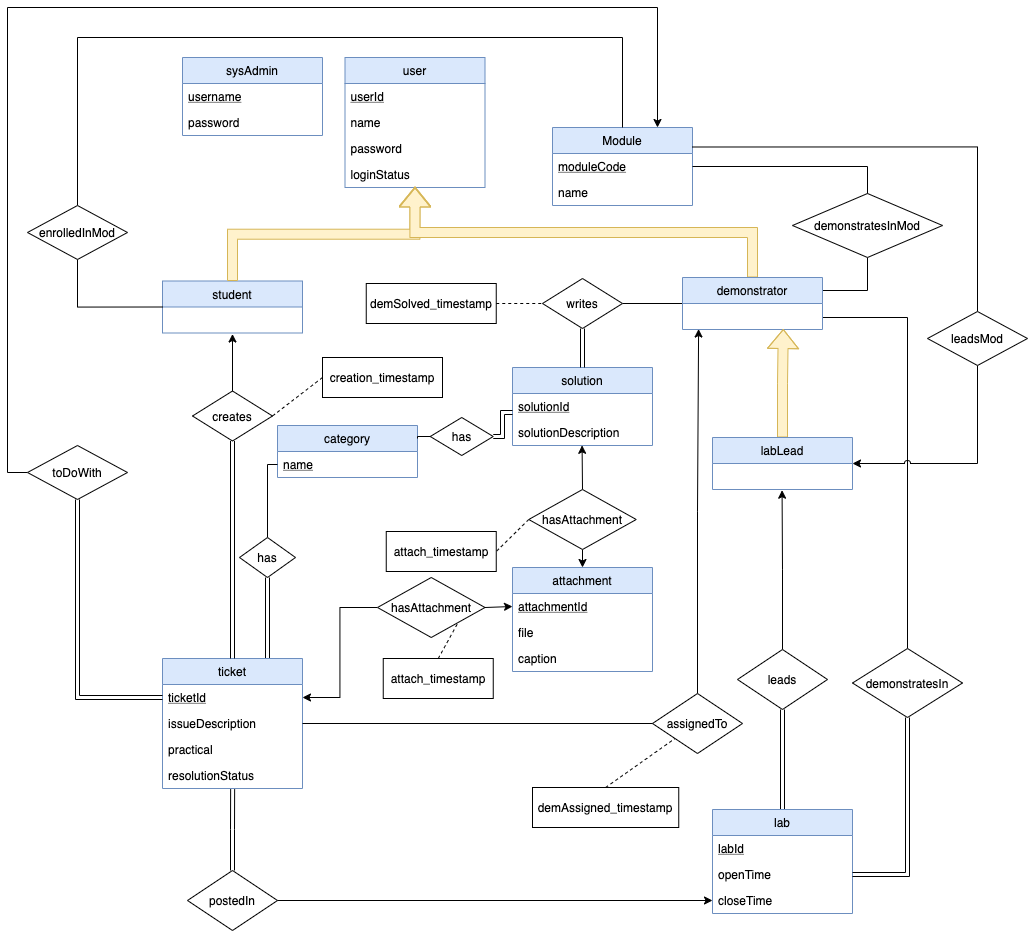
Above: 7design/images/ER.png in mrjackmclean/managingLabsWriteUp (draw.io), before the change. Source tidied: cells renumbered, new cells last; positions are measured from the earlier drawing's top-left corner, leaving out a move shared by most shapes.
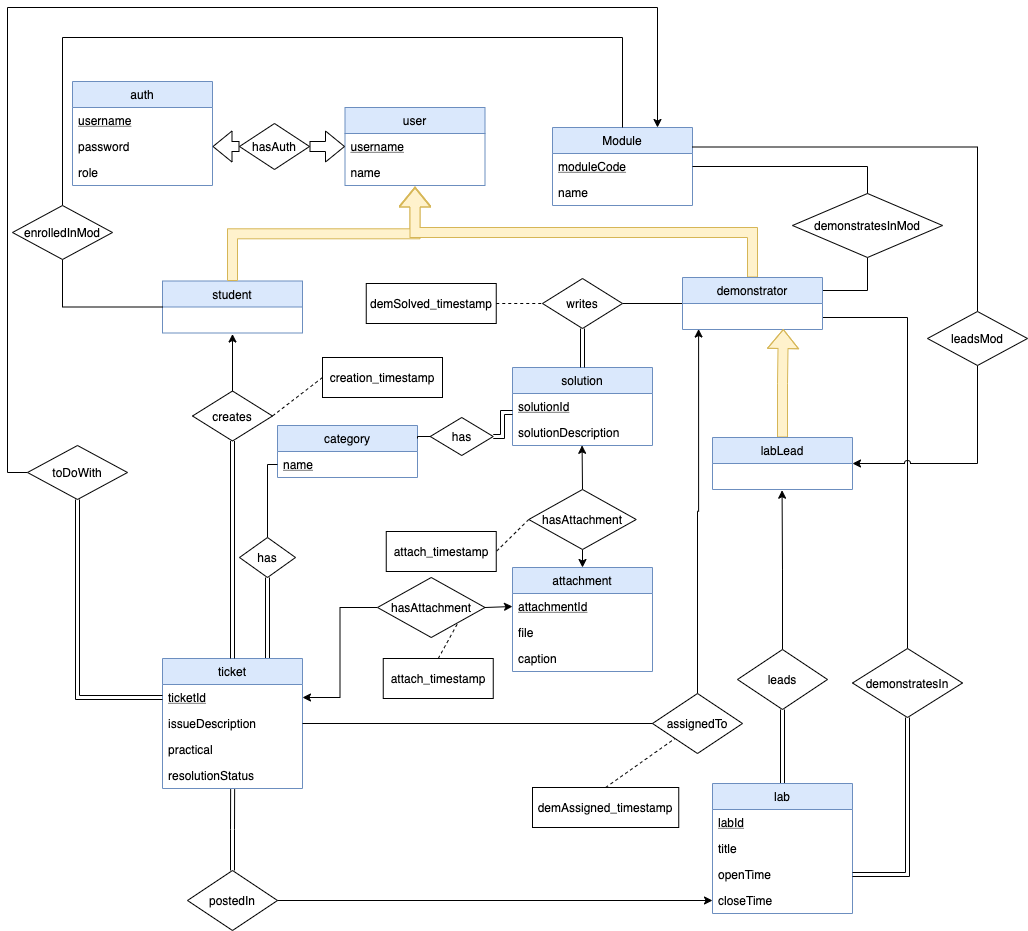
Above is the later version.

What changed in the source:
```diff
@@ -6,25 +6,23 @@
       <mxGeometry x="155" y="273.5" width="140" height="52" as="geometry" />
     </mxCell>
     <mxCell id="3" value="user" style="swimlane;fontStyle=0;horizontal=1;startSize=26;fillColor=#dae8fc;strokeColor=#6c8ebf;" parent="1" vertex="1">
-      <mxGeometry x="337.5" y="50" width="140" height="130" as="geometry" />
+      <mxGeometry x="337.5" y="100" width="140" height="78" as="geometry" />
     </mxCell>
-    <mxCell id="4" value="userId" style="text;strokeColor=none;fillColor=none;align=left;verticalAlign=top;spacingLeft=4;spacingRight=4;overflow=hidden;points=[[0,0.5],[1,0.5]];portConstraint=eastwest;fontStyle=4;" parent="3" vertex="1">
+    <mxCell id="4" value="username" style="text;strokeColor=none;fillColor=none;align=left;verticalAlign=top;spacingLeft=4;spacingRight=4;overflow=hidden;points=[[0,0.5],[1,0.5]];portConstraint=eastwest;fontStyle=4;" parent="3" vertex="1">
       <mxGeometry y="26" width="140" height="26" as="geometry" />
     </mxCell>
     <mxCell id="5" value="name" style="text;strokeColor=none;fillColor=none;align=left;verticalAlign=top;spacingLeft=4;spacingRight=4;overflow=hidden;" parent="3" vertex="1">
       <mxGeometry y="52" width="140" height="26" as="geometry" />
     </mxCell>
-    <mxCell id="6" value="password" style="text;strokeColor=none;fillColor=none;align=left;verticalAlign=top;spacingLeft=4;spacingRight=4;overflow=hidden;" parent="3" vertex="1">
-      <mxGeometry y="78" width="140" height="26" as="geometry" />
-    </mxCell>
-    <mxCell id="7" value="loginStatus" style="text;strokeColor=none;fillColor=none;align=left;verticalAlign=top;spacingLeft=4;spacingRight=4;overflow=hidden;points=[[0,0.5],[1,0.5]];portConstraint=eastwest;" parent="3" vertex="1">
-      <mxGeometry y="104" width="140" height="26" as="geometry" />
-    </mxCell>
-    <mxCell id="8" style="edgeStyle=orthogonalEdgeStyle;rounded=0;jettySize=auto;html=1;exitX=0.5;exitY=0;exitDx=0;exitDy=0;entryX=0.5;entryY=0.962;entryDx=0;entryDy=0;entryPerimeter=0;shape=flexArrow;fillColor=#fff2cc;strokeColor=#d6b656;" parent="1" edge="1" source="2" target="7">
-      <mxGeometry relative="1" as="geometry" />
+    <mxCell id="8" style="edgeStyle=orthogonalEdgeStyle;rounded=0;jettySize=auto;html=1;exitX=0.5;exitY=0;exitDx=0;exitDy=0;entryX=0.5;entryY=0.962;entryDx=0;entryDy=0;entryPerimeter=0;shape=flexArrow;fillColor=#fff2cc;strokeColor=#d6b656;" parent="1" edge="1" source="2">
+      <mxGeometry relative="1" as="geometry">
+        <mxPoint x="407.5" y="179" as="targetPoint" />
+      </mxGeometry>
     </mxCell>
-    <mxCell id="9" style="edgeStyle=orthogonalEdgeStyle;rounded=0;jettySize=auto;html=1;exitX=0.5;exitY=0;exitDx=0;exitDy=0;entryX=0.5;entryY=1;entryDx=0;entryDy=0;entryPerimeter=0;shape=flexArrow;fillColor=#fff2cc;strokeColor=#d6b656;" parent="1" edge="1" source="13" target="7">
-      <mxGeometry relative="1" as="geometry" />
+    <mxCell id="9" style="edgeStyle=orthogonalEdgeStyle;rounded=0;jettySize=auto;html=1;exitX=0.5;exitY=0;exitDx=0;exitDy=0;entryX=0.5;entryY=1;entryDx=0;entryDy=0;entryPerimeter=0;shape=flexArrow;fillColor=#fff2cc;strokeColor=#d6b656;" parent="1" edge="1" source="13">
+      <mxGeometry relative="1" as="geometry">
+        <mxPoint x="407.5" y="180" as="targetPoint" />
+      </mxGeometry>
     </mxCell>
     <mxCell id="10" style="edgeStyle=orthogonalEdgeStyle;rounded=0;jettySize=auto;html=1;exitX=0;exitY=0.5;exitDx=0;exitDy=0;entryX=1;entryY=0.5;entryDx=0;entryDy=0;endArrow=none;endFill=0;" parent="1" edge="1" source="13" target="52">
       <mxGeometry relative="1" as="geometry" />
@@ -51,15 +49,6 @@
     <mxCell id="16" value="labLead" style="swimlane;fontStyle=0;horizontal=1;startSize=26;fillColor=#dae8fc;strokeColor=#6c8ebf;" parent="1" vertex="1">
       <mxGeometry x="705" y="430" width="140" height="52" as="geometry" />
     </mxCell>
-    <mxCell id="17" value="sysAdmin" style="swimlane;fontStyle=0;horizontal=1;startSize=26;fillColor=#dae8fc;strokeColor=#6c8ebf;" parent="1" vertex="1">
-      <mxGeometry x="175" y="50" width="140" height="78" as="geometry" />
-    </mxCell>
-    <mxCell id="18" value="username" style="text;strokeColor=none;fillColor=none;align=left;verticalAlign=top;spacingLeft=4;spacingRight=4;overflow=hidden;fontStyle=4;" parent="17" vertex="1">
-      <mxGeometry y="26" width="140" height="26" as="geometry" />
-    </mxCell>
-    <mxCell id="19" value="password" style="text;strokeColor=none;fillColor=none;align=left;verticalAlign=top;spacingLeft=4;spacingRight=4;overflow=hidden;points=[[0,0.5],[1,0.5]];portConstraint=eastwest;" parent="17" vertex="1">
-      <mxGeometry y="52" width="140" height="26" as="geometry" />
-    </mxCell>
     <mxCell id="20" style="edgeStyle=orthogonalEdgeStyle;rounded=0;jettySize=auto;html=1;exitX=0.75;exitY=0;exitDx=0;exitDy=0;entryX=0.5;entryY=1;entryDx=0;entryDy=0;endArrow=none;endFill=0;shape=link;" parent="1" edge="1" source="21" target="70">
       <mxGeometry relative="1" as="geometry" />
     </mxCell>
@@ -94,16 +83,19 @@
       <mxGeometry relative="1" as="geometry" />
     </mxCell>
     <mxCell id="31" value="lab" style="swimlane;fontStyle=0;horizontal=1;startSize=26;fillColor=#dae8fc;strokeColor=#6c8ebf;" parent="1" vertex="1">
-      <mxGeometry x="705" y="802" width="140" height="104" as="geometry" />
+      <mxGeometry x="705" y="776" width="140" height="130" as="geometry" />
     </mxCell>
     <mxCell id="32" value="labId" style="text;strokeColor=none;fillColor=none;align=left;verticalAlign=top;spacingLeft=4;spacingRight=4;overflow=hidden;fontStyle=4;" parent="31" vertex="1">
       <mxGeometry y="26" width="140" height="26" as="geometry" />
     </mxCell>
+    <mxCell id="89" value="title" style="text;strokeColor=none;fillColor=none;align=left;verticalAlign=top;spacingLeft=4;spacingRight=4;overflow=hidden;" parent="31" vertex="1">
+      <mxGeometry y="52" width="140" height="26" as="geometry" />
+    </mxCell>
     <mxCell id="33" value="openTime" style="text;strokeColor=none;fillColor=none;align=left;verticalAlign=top;spacingLeft=4;spacingRight=4;overflow=hidden;points=[[0,0.5],[1,0.5]];portConstraint=eastwest;" parent="31" vertex="1">
-      <mxGeometry y="52" width="140" height="26" as="geometry" />
+      <mxGeometry y="78" width="140" height="26" as="geometry" />
     </mxCell>
     <mxCell id="34" value="closeTime" style="text;strokeColor=none;fillColor=none;align=left;verticalAlign=top;spacingLeft=4;spacingRight=4;overflow=hidden;points=[[0,0.5],[1,0.5]];portConstraint=eastwest;" parent="31" vertex="1">
-      <mxGeometry y="78" width="140" height="26" as="geometry" />
+      <mxGeometry y="104" width="140" height="26" as="geometry" />
     </mxCell>
     <mxCell id="35" value="solution" style="swimlane;fontStyle=0;horizontal=1;startSize=26;fillColor=#dae8fc;strokeColor=#6c8ebf;" parent="1" vertex="1">
       <mxGeometry x="505" y="360" width="140" height="78" as="geometry" />
@@ -265,7 +257,7 @@
     <mxCell id="80" style="edgeStyle=orthogonalEdgeStyle;rounded=0;jumpStyle=arc;jettySize=auto;html=1;exitX=0.5;exitY=0;exitDx=0;exitDy=0;entryX=0.5;entryY=0;entryDx=0;entryDy=0;startArrow=none;startFill=0;endArrow=none;endFill=0;" parent="1" edge="1" source="82" target="77">
       <mxGeometry relative="1" as="geometry">
         <Array as="points">
-          <mxPoint x="70" y="30" />
+          <mxPoint x="55" y="30" />
           <mxPoint x="615" y="30" />
         </Array>
       </mxGeometry>
@@ -274,7 +266,7 @@
       <mxGeometry relative="1" as="geometry" />
     </mxCell>
     <mxCell id="82" value="enrolledInMod" style="rhombus;whiteSpace=wrap;html=1;" parent="1" vertex="1">
-      <mxGeometry x="20" y="198" width="100" height="54" as="geometry" />
+      <mxGeometry x="5" y="198" width="100" height="54" as="geometry" />
     </mxCell>
     <mxCell id="83" value="demonstratesInMod" style="rhombus;whiteSpace=wrap;html=1;" parent="1" vertex="1">
       <mxGeometry x="785" y="186" width="150" height="64" as="geometry" />
@@ -294,5 +286,26 @@
     <mxCell id="88" value="toDoWith" style="rhombus;whiteSpace=wrap;html=1;" parent="1" vertex="1">
       <mxGeometry x="20" y="438" width="100" height="54" as="geometry" />
     </mxCell>
+    <mxCell id="90" value="auth" style="swimlane;fontStyle=0;horizontal=1;startSize=26;fillColor=#dae8fc;strokeColor=#6c8ebf;" parent="1" vertex="1">
+      <mxGeometry x="65" y="74" width="140" height="104" as="geometry" />
+    </mxCell>
+    <mxCell id="18" value="username" style="text;strokeColor=none;fillColor=none;align=left;verticalAlign=top;spacingLeft=4;spacingRight=4;overflow=hidden;fontStyle=4;" parent="90" vertex="1">
+      <mxGeometry y="26" width="140" height="26" as="geometry" />
+    </mxCell>
+    <mxCell id="19" value="password" style="text;strokeColor=none;fillColor=none;align=left;verticalAlign=top;spacingLeft=4;spacingRight=4;overflow=hidden;points=[[0,0.5],[1,0.5]];portConstraint=eastwest;" parent="90" vertex="1">
+      <mxGeometry y="52" width="140" height="26" as="geometry" />
+    </mxCell>
+    <mxCell id="91" value="role" style="text;strokeColor=none;fillColor=none;align=left;verticalAlign=top;spacingLeft=4;spacingRight=4;overflow=hidden;" parent="90" vertex="1">
+      <mxGeometry y="78" width="140" height="26" as="geometry" />
+    </mxCell>
+    <mxCell id="92" style="edgeStyle=orthogonalEdgeStyle;rounded=0;jettySize=auto;html=1;exitX=0;exitY=0.5;exitDx=0;exitDy=0;entryX=1;entryY=0.5;entryDx=0;entryDy=0;shape=flexArrow;" parent="1" edge="1" source="93" target="19">
+      <mxGeometry relative="1" as="geometry" />
+    </mxCell>
+    <mxCell id="93" value="hasAuth" style="rhombus;whiteSpace=wrap;html=1;" parent="1" vertex="1">
+      <mxGeometry x="232" y="116" width="70" height="46" as="geometry" />
+    </mxCell>
+    <mxCell id="94" style="edgeStyle=orthogonalEdgeStyle;rounded=0;jettySize=auto;html=1;exitX=0;exitY=0.5;exitDx=0;exitDy=0;entryX=1;entryY=0.5;entryDx=0;entryDy=0;startArrow=classic;startFill=1;endArrow=none;endFill=0;shape=flexArrow;" parent="1" edge="1" source="4" target="93">
+      <mxGeometry relative="1" as="geometry" />
+    </mxCell>
   </root>
 </mxGraphModel>
```
